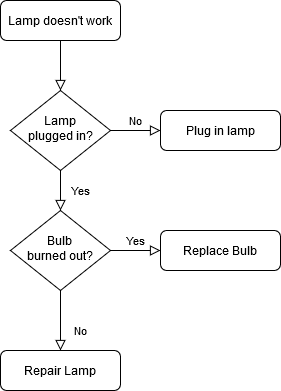
This is KK_CombatLoop.png from JulesDaKing/KnumberKnights, a draw.io export, as it was before one commit. Source tidied: cells renumbered, new cells last; positions are measured from the earlier drawing's top-left corner, leaving out a move shared by most shapes.
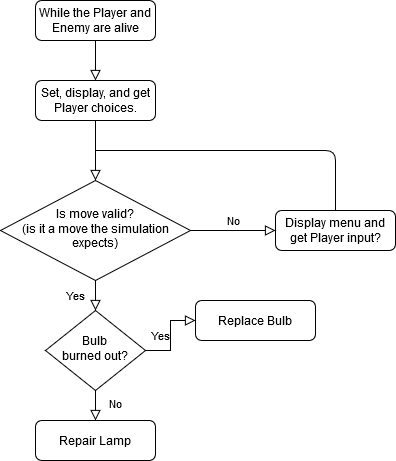
Above is the later version.

What changed in the source:
```diff
@@ -2,11 +2,11 @@
   <root>
     <mxCell id="0" />
     <mxCell id="1" parent="0" />
-    <mxCell id="2" style="rounded=0;html=1;jettySize=auto;fontSize=11;endArrow=block;endFill=0;endSize=8;strokeWidth=1;shadow=0;labelBackgroundColor=none;edgeStyle=orthogonalEdgeStyle;" parent="1" edge="1" source="3" target="6">
+    <mxCell id="2" style="rounded=0;html=1;jettySize=auto;fontSize=11;endArrow=block;endFill=0;endSize=8;strokeWidth=1;shadow=0;labelBackgroundColor=none;edgeStyle=orthogonalEdgeStyle;entryX=0.5;entryY=0;entryDx=0;entryDy=0;" parent="1" edge="1" source="3" target="14">
       <mxGeometry relative="1" as="geometry" />
     </mxCell>
-    <mxCell id="3" value="Lamp doesn't work" style="rounded=1;whiteSpace=wrap;html=1;fontSize=12;glass=0;strokeWidth=1;shadow=0;" parent="1" vertex="1">
-      <mxGeometry width="120" height="40" as="geometry" />
+    <mxCell id="3" value="While the Player and Enemy are alive" style="rounded=1;whiteSpace=wrap;html=1;fontSize=12;glass=0;strokeWidth=1;shadow=0;" parent="1" vertex="1">
+      <mxGeometry y="-70" width="120" height="40" as="geometry" />
     </mxCell>
     <mxCell id="4" value="Yes" style="rounded=0;html=1;jettySize=auto;fontSize=11;endArrow=block;endFill=0;endSize=8;strokeWidth=1;shadow=0;labelBackgroundColor=none;edgeStyle=orthogonalEdgeStyle;" parent="1" edge="1" source="6" target="10">
       <mxGeometry y="20" relative="1" as="geometry" />
@@ -14,11 +14,11 @@
     <mxCell id="5" value="No" style="edgeStyle=orthogonalEdgeStyle;rounded=0;html=1;jettySize=auto;fontSize=11;endArrow=block;endFill=0;endSize=8;strokeWidth=1;shadow=0;labelBackgroundColor=none;" parent="1" edge="1" source="6" target="7">
       <mxGeometry y="10" relative="1" as="geometry" />
     </mxCell>
-    <mxCell id="6" value="Lamp&lt;br&gt;plugged in?" style="rhombus;whiteSpace=wrap;html=1;shadow=0;fontFamily=Helvetica;fontSize=12;align=center;strokeWidth=1;spacing=6;spacingTop=-4;" parent="1" vertex="1">
-      <mxGeometry x="10" y="90" width="100" height="80" as="geometry" />
+    <mxCell id="6" value="&lt;div&gt;Is move valid?&lt;/div&gt;&lt;div&gt;(is it a move the simulation expects)&lt;br&gt;&lt;/div&gt;" style="rhombus;whiteSpace=wrap;html=1;shadow=0;fontFamily=Helvetica;fontSize=12;align=center;strokeWidth=1;spacing=6;spacingTop=-4;" parent="1" vertex="1">
+      <mxGeometry x="-35" y="110" width="190" height="100" as="geometry" />
     </mxCell>
-    <mxCell id="7" value="Plug in lamp" style="rounded=1;whiteSpace=wrap;html=1;fontSize=12;glass=0;strokeWidth=1;shadow=0;" parent="1" vertex="1">
-      <mxGeometry x="160" y="110" width="120" height="40" as="geometry" />
+    <mxCell id="7" value="Display menu and get Player input?" style="rounded=1;whiteSpace=wrap;html=1;fontSize=12;glass=0;strokeWidth=1;shadow=0;" parent="1" vertex="1">
+      <mxGeometry x="240" y="140" width="120" height="40" as="geometry" />
     </mxCell>
     <mxCell id="8" value="No" style="rounded=0;html=1;jettySize=auto;fontSize=11;endArrow=block;endFill=0;endSize=8;strokeWidth=1;shadow=0;labelBackgroundColor=none;edgeStyle=orthogonalEdgeStyle;" parent="1" edge="1" source="10" target="11">
       <mxGeometry x="0.33" y="20" relative="1" as="geometry" />
@@ -27,7 +27,7 @@
       <mxGeometry y="10" relative="1" as="geometry" />
     </mxCell>
     <mxCell id="10" value="Bulb&lt;br&gt;burned out?" style="rhombus;whiteSpace=wrap;html=1;shadow=0;fontFamily=Helvetica;fontSize=12;align=center;strokeWidth=1;spacing=6;spacingTop=-4;" parent="1" vertex="1">
-      <mxGeometry x="10" y="210" width="100" height="80" as="geometry" />
+      <mxGeometry x="10" y="240" width="100" height="80" as="geometry" />
     </mxCell>
     <mxCell id="11" value="Repair Lamp" style="rounded=1;whiteSpace=wrap;html=1;fontSize=12;glass=0;strokeWidth=1;shadow=0;" parent="1" vertex="1">
       <mxGeometry y="350" width="120" height="40" as="geometry" />
@@ -35,5 +35,19 @@
     <mxCell id="12" value="Replace Bulb" style="rounded=1;whiteSpace=wrap;html=1;fontSize=12;glass=0;strokeWidth=1;shadow=0;" parent="1" vertex="1">
       <mxGeometry x="160" y="230" width="120" height="40" as="geometry" />
     </mxCell>
+    <mxCell id="13" style="edgeStyle=orthogonalEdgeStyle;rounded=0;jettySize=auto;html=1;endArrow=block;endFill=0;endSize=8;" parent="1" edge="1" source="14" target="6">
+      <mxGeometry relative="1" as="geometry" />
+    </mxCell>
+    <mxCell id="14" value="Set, display, and get Player choices." style="rounded=1;whiteSpace=wrap;html=1;" parent="1" vertex="1">
+      <mxGeometry y="10" width="120" height="40" as="geometry" />
+    </mxCell>
+    <mxCell id="15" style="endArrow=none;html=1;exitX=0.5;exitY=0;exitDx=0;exitDy=0;" parent="1" edge="1" source="7">
+      <mxGeometry relative="1" as="geometry">
+        <mxPoint x="60" y="80" as="targetPoint" />
+        <Array as="points">
+          <mxPoint x="300" y="80" />
+        </Array>
+      </mxGeometry>
+    </mxCell>
   </root>
 </mxGraphModel>
```
